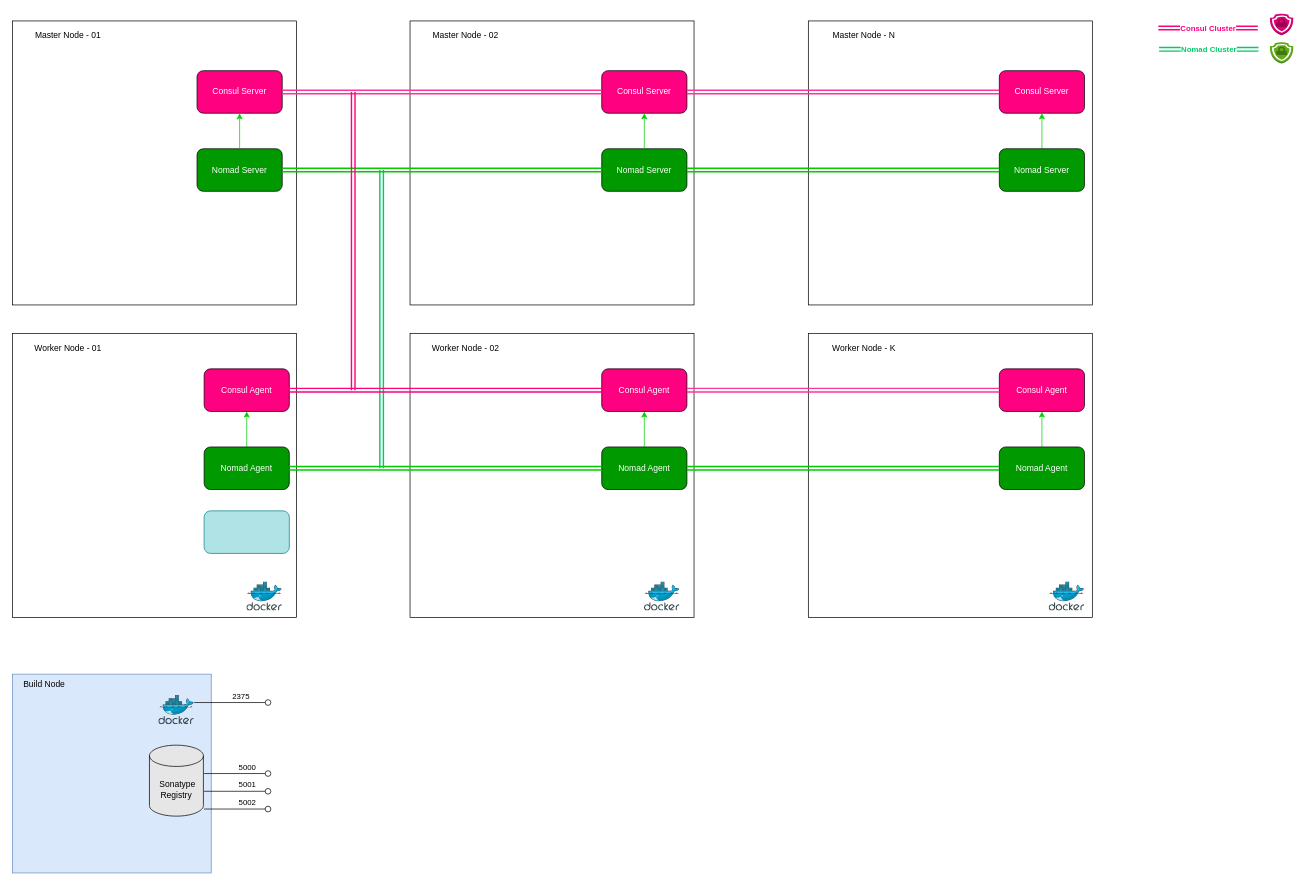
Above: docs/images/Architecture.drawio in suikast42/nomadder (draw.io), before the change. Source tidied: cells renumbered, new cells numbered last; positions are measured from the earlier drawing's top-left corner, leaving out a move shared by most shapes. Both pictures are drawn from the tidied source at 71%, with x=0, y=0 at pixel (12, 13).
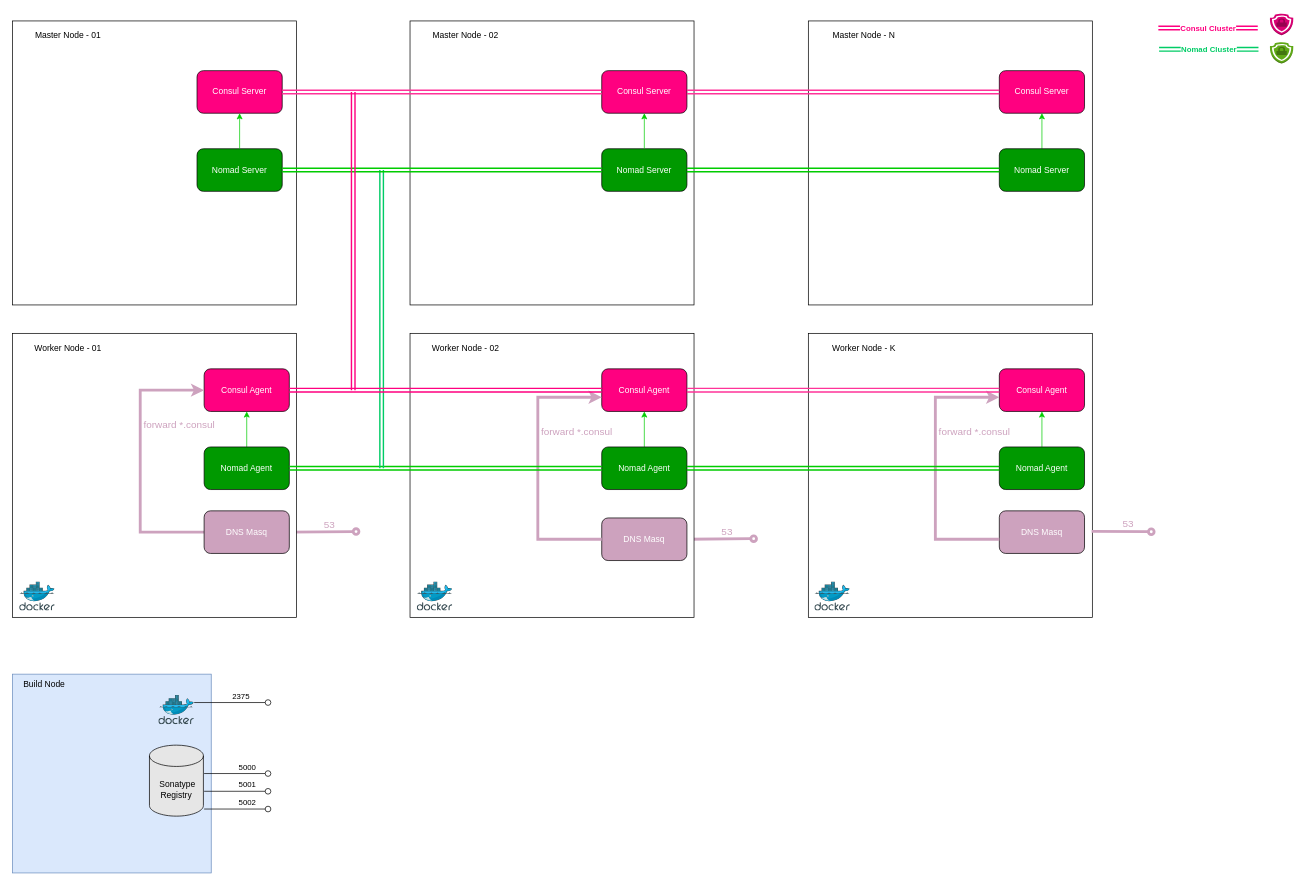
After the change.

The change refers to these unchanged cells:
```xml
<mxCell id="11" style="group;" parent="1" vertex="1">
  <mxGeometry x="80" y="330" width="1724" height="690" as="geometry" />
</mxCell>
<mxCell id="21" value="Consul Agent" style="rounded=1;whiteSpace=wrap;html=1;labelBackgroundColor=none;fontColor=#FFFFFF;fillColor=#FF0080;" parent="17" vertex="1">
  <mxGeometry x="270" y="50" width="120" height="60" as="geometry" />
</mxCell>
<mxCell id="37" style="group;" parent="1" vertex="1">
  <mxGeometry x="560" y="450" width="400" height="400" as="geometry" />
</mxCell>
```

Change to the diagram source:
```diff
@@
+    <mxCell id="66" value="53" style="html=1;verticalAlign=bottom;labelBackgroundColor=none;endArrow=oval;endFill=0;endSize=8;rounded=0;fontColor=#CDA2BE;align=left;exitX=1;exitY=0.5;exitDx=0;exitDy=0;strokeColor=#CDA2BE;strokeWidth=4;fontSize=14;" parent="11" edge="1" source="70">
+      <mxGeometry relative="1" as="geometry">
+        <mxPoint x="404" y="399.2" as="targetPoint" />
+      </mxGeometry>
+    </mxCell>
+    <mxCell id="67" value="53" style="html=1;verticalAlign=bottom;labelBackgroundColor=none;endArrow=oval;endFill=0;endSize=8;rounded=0;fontColor=#CDA2BE;align=left;exitX=1;exitY=0.5;exitDx=0;exitDy=0;strokeColor=#CDA2BE;strokeWidth=4;fontSize=14;" parent="11" edge="1">
+      <mxGeometry relative="1" as="geometry">
+        <mxPoint x="870" y="410" as="sourcePoint" />
+        <mxPoint x="964" y="409.2" as="targetPoint" />
+      </mxGeometry>
+    </mxCell>
-    <mxCell id="17" style="group;fontColor=#FFFFFF;labelBackgroundColor=none;" parent="1" vertex="1">
+    <mxCell id="17" style="group;labelBackgroundColor=none;fillColor=none;" parent="1" vertex="1">
       <mxGeometry y="450" width="400" height="400" as="geometry" />
     </mxCell>
@@
     <mxCell id="20" style="sketch=0;html=1;align=center;image;fontSize=12;image=img/lib/mscae/Docker.svg;labelPosition=center;verticalLabelPosition=top;verticalAlign=bottom;labelBackgroundColor=none;" parent="17" vertex="1">
-      <mxGeometry x="330" y="350" width="50" height="41" as="geometry" />
+      <mxGeometry x="10" y="350" width="50" height="41" as="geometry" />
     </mxCell>
@@
-    <mxCell id="24" style="rounded=1;whiteSpace=wrap;html=1;labelBackgroundColor=#FFFFCC;strokeColor=#0e8088;strokeWidth=1;fillColor=#b0e3e6;" parent="17" vertex="1">
-      <mxGeometry x="270" y="250" width="120" height="60" as="geometry" />
-    </mxCell>
+    <mxCell id="68" style="edgeStyle=orthogonalEdgeStyle;rounded=0;jettySize=auto;html=1;entryX=0;entryY=0.5;entryDx=0;entryDy=0;labelBackgroundColor=default;strokeColor=#CDA2BE;strokeWidth=4;fontColor=#CDA2BE;" parent="17" edge="1" source="70" target="21">
+      <mxGeometry relative="1" as="geometry">
+        <Array as="points">
+          <mxPoint x="180" y="280" />
+          <mxPoint x="180" y="80" />
+        </Array>
+      </mxGeometry>
+    </mxCell>
+    <mxCell id="69" value="forward *.consul" style="edgeLabel;html=1;align=left;verticalAlign=middle;fontColor=#CDA2BE;horizontal=1;fontSize=14;" parent="68" vertex="1">
+      <mxGeometry x="0.05" y="-3" relative="1" as="geometry">
+        <mxPoint y="-42" as="offset" />
+      </mxGeometry>
+    </mxCell>
+    <mxCell id="70" value="DNS Masq" style="rounded=1;whiteSpace=wrap;html=1;labelBackgroundColor=none;fontColor=#FFFFFF;fillColor=#CDA2BE;" parent="17" vertex="1">
+      <mxGeometry x="270" y="250" width="120" height="60" as="geometry" />
+    </mxCell>
@@
     <mxCell id="40" style="sketch=0;html=1;align=center;image;fontSize=12;image=img/lib/mscae/Docker.svg;labelPosition=center;verticalLabelPosition=top;verticalAlign=bottom;labelBackgroundColor=none;" parent="37" vertex="1">
-      <mxGeometry x="330" y="350" width="50" height="41" as="geometry" />
+      <mxGeometry x="10" y="350" width="50" height="41" as="geometry" />
     </mxCell>
@@
+    <mxCell id="71" value="DNS Masq" style="rounded=1;whiteSpace=wrap;html=1;labelBackgroundColor=none;fontColor=#FFFFFF;fillColor=#CDA2BE;" parent="37" vertex="1">
+      <mxGeometry x="270" y="260" width="120" height="60" as="geometry" />
+    </mxCell>
+    <mxCell id="72" style="edgeStyle=orthogonalEdgeStyle;rounded=0;orthogonalLoop=1;jettySize=auto;html=1;entryX=0;entryY=0.5;entryDx=0;entryDy=0;labelBackgroundColor=default;strokeColor=#CDA2BE;strokeWidth=4;fontColor=#CDA2BE;" parent="37" edge="1">
+      <mxGeometry relative="1" as="geometry">
+        <mxPoint x="270" y="290" as="sourcePoint" />
+        <mxPoint x="270" y="90" as="targetPoint" />
+        <Array as="points">
+          <mxPoint x="180" y="290" />
+          <mxPoint x="180" y="90" />
+        </Array>
+      </mxGeometry>
+    </mxCell>
+    <mxCell id="73" value="forward *.consul" style="edgeLabel;html=1;align=left;verticalAlign=middle;fontColor=#CDA2BE;horizontal=1;fontSize=14;" parent="72" vertex="1">
+      <mxGeometry x="0.05" y="-3" relative="1" as="geometry">
+        <mxPoint y="-42" as="offset" />
+      </mxGeometry>
+    </mxCell>
-    <mxCell id="44" style="group;" parent="1" vertex="1">
+    <mxCell id="44" style="group;fontSize=14;fontColor=#CDA2BE;" parent="1" vertex="1">
       <mxGeometry x="1121" y="450" width="400" height="400" as="geometry" />
     </mxCell>
@@
     <mxCell id="47" style="sketch=0;html=1;align=center;image;fontSize=12;image=img/lib/mscae/Docker.svg;labelPosition=center;verticalLabelPosition=top;verticalAlign=bottom;labelBackgroundColor=none;" parent="44" vertex="1">
-      <mxGeometry x="339" y="350" width="50" height="41" as="geometry" />
+      <mxGeometry x="9" y="350" width="50" height="41" as="geometry" />
     </mxCell>
@@
+    <mxCell id="74" value="DNS Masq" style="rounded=1;whiteSpace=wrap;html=1;labelBackgroundColor=none;fontColor=#FFFFFF;fillColor=#CDA2BE;" parent="44" vertex="1">
+      <mxGeometry x="269" y="250" width="120" height="60" as="geometry" />
+    </mxCell>
+    <mxCell id="75" value="53" style="html=1;verticalAlign=bottom;labelBackgroundColor=none;endArrow=oval;endFill=0;endSize=8;rounded=0;fontColor=#CDA2BE;align=left;strokeColor=#CDA2BE;strokeWidth=4;fontSize=14;" parent="44" edge="1">
+      <mxGeometry relative="1" as="geometry">
+        <mxPoint x="399" y="279" as="sourcePoint" />
+        <mxPoint x="483" y="279.5" as="targetPoint" />
+        <Array as="points">
+          <mxPoint x="479" y="279.2" />
+        </Array>
+      </mxGeometry>
+    </mxCell>
+    <mxCell id="76" style="edgeStyle=orthogonalEdgeStyle;rounded=0;orthogonalLoop=1;jettySize=auto;html=1;labelBackgroundColor=default;strokeColor=#CDA2BE;strokeWidth=4;fontColor=#CDA2BE;" parent="44" edge="1">
+      <mxGeometry relative="1" as="geometry">
+        <mxPoint x="268.9" y="290" as="sourcePoint" />
+        <mxPoint x="269" y="90" as="targetPoint" />
+        <Array as="points">
+          <mxPoint x="178.9" y="289.9" />
+          <mxPoint x="178.9" y="89.9" />
+        </Array>
+      </mxGeometry>
+    </mxCell>
+    <mxCell id="77" value="forward *.consul" style="edgeLabel;html=1;align=left;verticalAlign=middle;fontColor=#CDA2BE;horizontal=1;fontSize=14;" parent="76" vertex="1">
+      <mxGeometry x="0.05" y="-3" relative="1" as="geometry">
+        <mxPoint y="-42" as="offset" />
+      </mxGeometry>
+    </mxCell>
```
